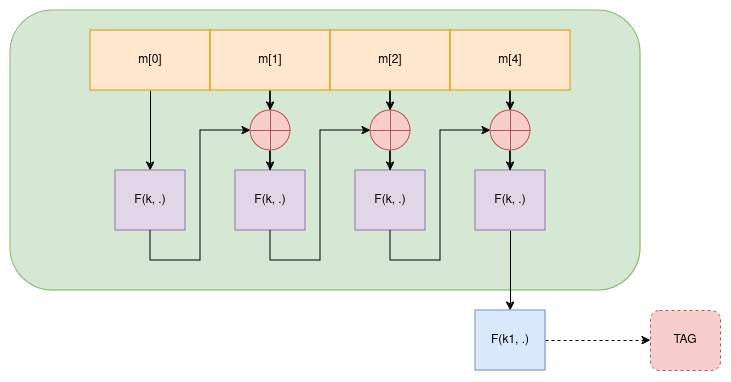
This is docs/assets/raw_cbc.drawio.png from da0p/GithubPage, a draw.io export, as it was before one commit. Source tidied: cells renumbered, new cells last; positions are measured from the earlier drawing's top-left corner, leaving out a move shared by most shapes. The source it was exported from:
```xml
<mxGraphModel>
  <root>
    <mxCell id="0" />
    <mxCell id="1" parent="0" />
    <mxCell id="2" style="rounded=1;whiteSpace=wrap;html=1;fillColor=#d5e8d4;strokeColor=#82b366;" parent="1" vertex="1">
      <mxGeometry width="630" height="280" as="geometry" />
    </mxCell>
    <mxCell id="3" style="edgeStyle=orthogonalEdgeStyle;rounded=0;jettySize=auto;html=1;" parent="1" edge="1" source="4" target="11">
      <mxGeometry relative="1" as="geometry" />
    </mxCell>
    <mxCell id="4" value="m[0]" style="rounded=0;whiteSpace=wrap;html=1;fillColor=#ffe6cc;strokeColor=#d79b00;" parent="1" vertex="1">
      <mxGeometry x="80" y="20" width="120" height="60" as="geometry" />
    </mxCell>
    <mxCell id="5" style="edgeStyle=orthogonalEdgeStyle;rounded=0;jettySize=auto;html=1;" parent="1" edge="1" source="6" target="17">
      <mxGeometry relative="1" as="geometry" />
    </mxCell>
    <mxCell id="6" value="m[1]" style="rounded=0;whiteSpace=wrap;html=1;fillColor=#ffe6cc;strokeColor=#d79b00;" parent="1" vertex="1">
      <mxGeometry x="200" y="20" width="120" height="60" as="geometry" />
    </mxCell>
    <mxCell id="7" style="edgeStyle=orthogonalEdgeStyle;rounded=0;jettySize=auto;html=1;" parent="1" edge="1" source="8" target="19">
      <mxGeometry relative="1" as="geometry" />
    </mxCell>
    <mxCell id="8" value="m[2]" style="rounded=0;whiteSpace=wrap;html=1;fillColor=#ffe6cc;strokeColor=#d79b00;" parent="1" vertex="1">
      <mxGeometry x="320" y="20" width="120" height="60" as="geometry" />
    </mxCell>
    <mxCell id="9" style="edgeStyle=orthogonalEdgeStyle;rounded=0;jettySize=auto;html=1;" parent="1" edge="1" source="10" target="21">
      <mxGeometry relative="1" as="geometry" />
    </mxCell>
    <mxCell id="10" value="m[4]" style="rounded=0;whiteSpace=wrap;html=1;fillColor=#ffe6cc;strokeColor=#d79b00;" parent="1" vertex="1">
      <mxGeometry x="440" y="20" width="120" height="60" as="geometry" />
    </mxCell>
    <mxCell id="11" value="F(k, .)" style="rounded=0;whiteSpace=wrap;html=1;fillColor=#e1d5e7;strokeColor=#9673a6;" parent="1" vertex="1">
      <mxGeometry x="105" y="160" width="70" height="60" as="geometry" />
    </mxCell>
    <mxCell id="12" value="F(k, .)" style="rounded=0;whiteSpace=wrap;html=1;fillColor=#e1d5e7;strokeColor=#9673a6;" parent="1" vertex="1">
      <mxGeometry x="225" y="160" width="70" height="60" as="geometry" />
    </mxCell>
    <mxCell id="13" value="F(k, .)" style="rounded=0;whiteSpace=wrap;html=1;fillColor=#e1d5e7;strokeColor=#9673a6;" parent="1" vertex="1">
      <mxGeometry x="345" y="160" width="70" height="60" as="geometry" />
    </mxCell>
    <mxCell id="14" style="edgeStyle=orthogonalEdgeStyle;rounded=0;jettySize=auto;html=1;" parent="1" edge="1" source="15" target="26">
      <mxGeometry relative="1" as="geometry" />
    </mxCell>
    <mxCell id="15" value="F(k, .)" style="rounded=0;whiteSpace=wrap;html=1;fillColor=#e1d5e7;strokeColor=#9673a6;" parent="1" vertex="1">
      <mxGeometry x="465" y="160" width="70" height="60" as="geometry" />
    </mxCell>
    <mxCell id="16" style="edgeStyle=orthogonalEdgeStyle;rounded=0;jettySize=auto;html=1;" parent="1" edge="1" source="17" target="12">
      <mxGeometry relative="1" as="geometry" />
    </mxCell>
    <mxCell id="17" style="shape=orEllipse;perimeter=ellipsePerimeter;whiteSpace=wrap;html=1;backgroundOutline=1;fillColor=#f8cecc;strokeColor=#b85450;" parent="1" vertex="1">
      <mxGeometry x="240" y="100" width="40" height="40" as="geometry" />
    </mxCell>
    <mxCell id="18" style="edgeStyle=orthogonalEdgeStyle;rounded=0;jettySize=auto;html=1;" parent="1" edge="1" source="19" target="13">
      <mxGeometry relative="1" as="geometry" />
    </mxCell>
    <mxCell id="19" style="shape=orEllipse;perimeter=ellipsePerimeter;whiteSpace=wrap;html=1;backgroundOutline=1;fillColor=#f8cecc;strokeColor=#b85450;" parent="1" vertex="1">
      <mxGeometry x="360" y="100" width="40" height="40" as="geometry" />
    </mxCell>
    <mxCell id="20" style="edgeStyle=orthogonalEdgeStyle;rounded=0;jettySize=auto;html=1;" parent="1" edge="1" source="21" target="15">
      <mxGeometry relative="1" as="geometry" />
    </mxCell>
    <mxCell id="21" style="shape=orEllipse;perimeter=ellipsePerimeter;whiteSpace=wrap;html=1;backgroundOutline=1;fillColor=#f8cecc;strokeColor=#b85450;" parent="1" vertex="1">
      <mxGeometry x="480" y="100" width="40" height="40" as="geometry" />
    </mxCell>
    <mxCell id="22" style="endArrow=classic;html=1;rounded=0;exitX=0.5;exitY=1;exitDx=0;exitDy=0;entryX=0;entryY=0.5;entryDx=0;entryDy=0;" parent="1" edge="1" source="11" target="17">
      <mxGeometry relative="1" as="geometry">
        <Array as="points">
          <mxPoint x="140" y="250" />
          <mxPoint x="190" y="250" />
          <mxPoint x="190" y="120" />
        </Array>
      </mxGeometry>
    </mxCell>
    <mxCell id="23" style="endArrow=classic;html=1;rounded=0;exitX=0.5;exitY=1;exitDx=0;exitDy=0;entryX=0;entryY=0.5;entryDx=0;entryDy=0;" parent="1" edge="1" source="12" target="19">
      <mxGeometry relative="1" as="geometry">
        <Array as="points">
          <mxPoint x="260" y="250" />
          <mxPoint x="310" y="250" />
          <mxPoint x="310" y="120" />
        </Array>
      </mxGeometry>
    </mxCell>
    <mxCell id="24" style="endArrow=classic;html=1;rounded=0;entryX=0;entryY=0.5;entryDx=0;entryDy=0;exitX=0.5;exitY=1;exitDx=0;exitDy=0;" parent="1" edge="1" source="13" target="21">
      <mxGeometry relative="1" as="geometry">
        <Array as="points">
          <mxPoint x="380" y="250" />
          <mxPoint x="430" y="250" />
          <mxPoint x="430" y="120" />
        </Array>
      </mxGeometry>
    </mxCell>
    <mxCell id="25" style="edgeStyle=orthogonalEdgeStyle;rounded=0;jettySize=auto;html=1;dashed=1;" parent="1" edge="1" source="26" target="27">
      <mxGeometry relative="1" as="geometry" />
    </mxCell>
    <mxCell id="26" value="F(k1, .)" style="rounded=0;whiteSpace=wrap;html=1;fillColor=#dae8fc;strokeColor=#6c8ebf;" parent="1" vertex="1">
      <mxGeometry x="465" y="300" width="70" height="60" as="geometry" />
    </mxCell>
    <mxCell id="27" value="TAG" style="rounded=1;whiteSpace=wrap;html=1;fillColor=#f8cecc;strokeColor=#b85450;dashed=1;" parent="1" vertex="1">
      <mxGeometry x="640" y="300" width="70" height="60" as="geometry" />
    </mxCell>
  </root>
</mxGraphModel>
```
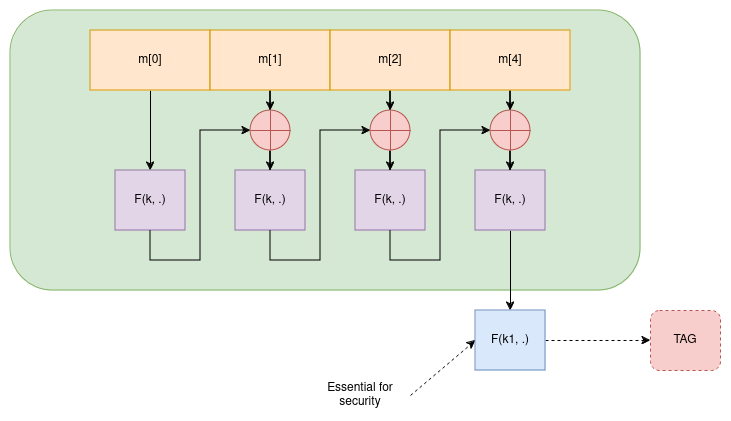
The same diagram one commit later.

The edit, as a diff of the source:
```diff
@@ -98,5 +98,11 @@
     <mxCell id="27" value="TAG" style="rounded=1;whiteSpace=wrap;html=1;fillColor=#f8cecc;strokeColor=#b85450;dashed=1;" parent="1" vertex="1">
       <mxGeometry x="640" y="300" width="70" height="60" as="geometry" />
     </mxCell>
+    <mxCell id="28" value="Essential for security" style="text;html=1;align=center;verticalAlign=middle;whiteSpace=wrap;rounded=0;" parent="1" vertex="1">
+      <mxGeometry x="300" y="370" width="100" height="30" as="geometry" />
+    </mxCell>
+    <mxCell id="29" style="endArrow=classic;html=1;rounded=0;entryX=0;entryY=0.5;entryDx=0;entryDy=0;exitX=1;exitY=0.5;exitDx=0;exitDy=0;dashed=1;" parent="1" edge="1" source="28" target="26">
+      <mxGeometry relative="1" as="geometry" />
+    </mxCell>
   </root>
 </mxGraphModel>
```
